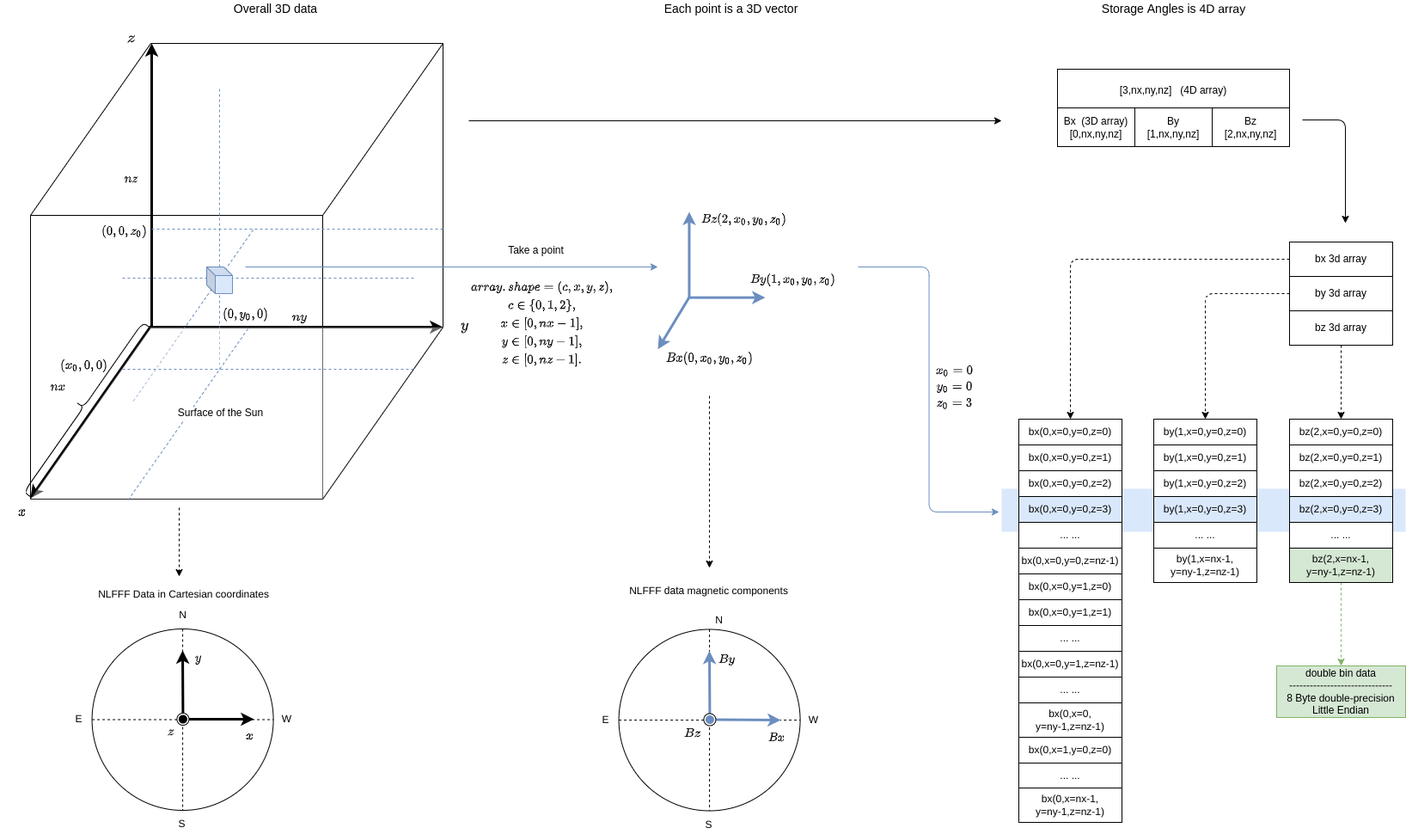
Before: docs/src/zh/docs/img/bout.drawio.png, a diagram exported from draw.io (deepsolar/pynlfff). Source tidied: cells renumbered, new cells last; positions are measured from the earlier drawing's top-left corner, leaving out a move shared by most shapes.
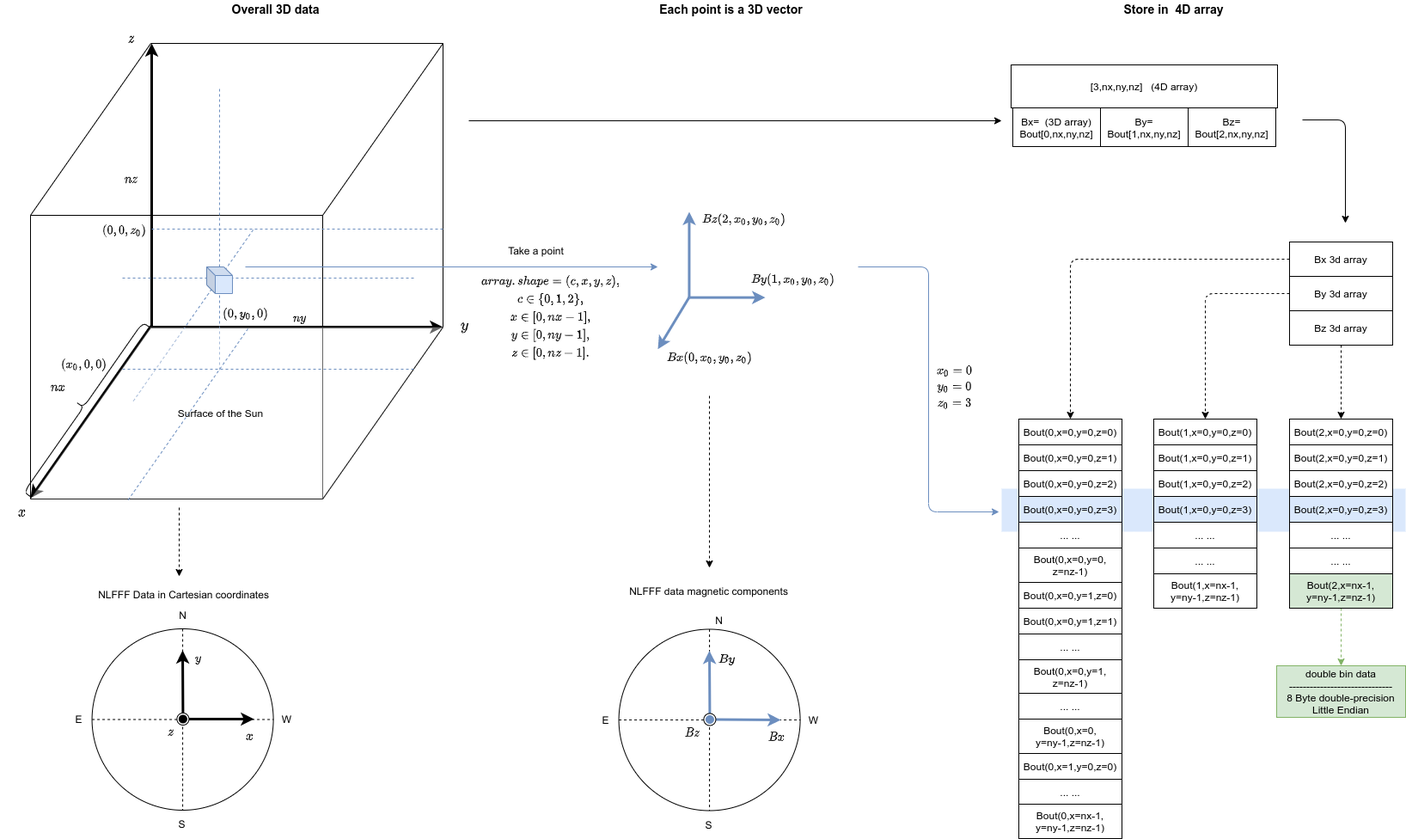
Later version of the same file.

What changed in the source:
```diff
@@ -182,43 +182,43 @@
         <mxPoint x="765" y="405.7" as="targetPoint" />
       </mxGeometry>
     </mxCell>
-    <mxCell id="40" value="&lt;font style=&quot;font-size: 12px&quot;&gt;$$array.shape=(c,x,y,z),\\ c\in \{0,1,2\}, \\ x\in[0,nx-1],\\y\in[0,ny-1],\\z\in[0,nz-1].$$&lt;/font&gt;" style="text;html=1;align=center;verticalAlign=middle;strokeColor=none;fillColor=none;fontSize=12;" parent="1" vertex="1">
-      <mxGeometry x="405" y="366" width="450" height="20" as="geometry" />
+    <mxCell id="40" value="&lt;font style=&quot;font-size: 12px&quot;&gt;$$array.shape=(c,x,y,z),\\&lt;br&gt;&amp;nbsp;c\in \{0,1,2\},\\&lt;br&gt;&amp;nbsp;x\in[0,nx-1],\\&lt;br&gt;y\in[0,ny-1],\\&lt;br&gt;z\in[0,nz-1].$$&lt;/font&gt;" style="text;html=1;align=center;verticalAlign=middle;strokeColor=none;fillColor=none;fontSize=12;" parent="1" vertex="1">
+      <mxGeometry x="559.6" y="324" width="160" height="90" as="geometry" />
     </mxCell>
-    <mxCell id="41" value="&lt;font style=&quot;font-size: 14px&quot;&gt;Overall 3D data&lt;/font&gt;" style="text;html=1;align=center;verticalAlign=middle;strokeColor=none;fillColor=none;fontSize=12;" parent="1" vertex="1">
-      <mxGeometry x="265" width="110" height="20" as="geometry" />
+    <mxCell id="41" value="&lt;font style=&quot;font-size: 14px&quot;&gt;&lt;b&gt;Overall 3D data&lt;/b&gt;&lt;/font&gt;" style="text;html=1;align=center;verticalAlign=middle;strokeColor=none;fillColor=none;fontSize=12;" parent="1" vertex="1">
+      <mxGeometry x="260" width="120" height="20" as="geometry" />
     </mxCell>
-    <mxCell id="42" value="&lt;font style=&quot;font-size: 14px&quot;&gt;Each point is a 3D vector&lt;/font&gt;" style="text;html=1;align=center;verticalAlign=middle;strokeColor=none;fillColor=none;fontSize=12;" parent="1" vertex="1">
-      <mxGeometry x="765" width="170" height="20" as="geometry" />
+    <mxCell id="42" value="&lt;font style=&quot;font-size: 14px&quot;&gt;&lt;b&gt;Each point is a 3D vector&lt;/b&gt;&lt;/font&gt;" style="text;html=1;align=center;verticalAlign=middle;strokeColor=none;fillColor=none;fontSize=12;" parent="1" vertex="1">
+      <mxGeometry x="760" width="180" height="20" as="geometry" />
     </mxCell>
     <mxCell id="43" value="&lt;font style=&quot;font-size: 12px;&quot;&gt;Take a point&lt;/font&gt;" style="text;html=1;align=center;verticalAlign=middle;strokeColor=none;fillColor=none;fontSize=12;" parent="1" vertex="1">
       <mxGeometry x="583" y="281" width="80" height="20" as="geometry" />
     </mxCell>
-    <mxCell id="44" value="bx(0,x=0,y=0,z=1)" style="rounded=0;whiteSpace=wrap;html=1;fontSize=12;" parent="1" vertex="1">
+    <mxCell id="44" value="Bout(0,x=0,y=0,z=1)" style="rounded=0;whiteSpace=wrap;html=1;fontSize=12;" parent="1" vertex="1">
       <mxGeometry x="1185" y="517" width="120" height="30" as="geometry" />
     </mxCell>
-    <mxCell id="45" value="bx(0,x=0,y=0,z=2)" style="rounded=0;whiteSpace=wrap;html=1;fontSize=12;" parent="1" vertex="1">
+    <mxCell id="45" value="Bout(0,x=0,y=0,z=2)" style="rounded=0;whiteSpace=wrap;html=1;fontSize=12;" parent="1" vertex="1">
       <mxGeometry x="1185" y="547" width="120" height="30" as="geometry" />
     </mxCell>
-    <mxCell id="46" value="bx(0,x=0,y=0,z=3)" style="rounded=0;whiteSpace=wrap;html=1;fontSize=12;fillColor=#dae8fc;strokeColor=#000000;" parent="1" vertex="1">
+    <mxCell id="46" value="Bout(0,x=0,y=0,z=3)" style="rounded=0;whiteSpace=wrap;html=1;fontSize=12;fillColor=#dae8fc;strokeColor=#000000;" parent="1" vertex="1">
       <mxGeometry x="1185" y="577" width="120" height="30" as="geometry" />
     </mxCell>
     <mxCell id="47" value="... ..." style="rounded=0;whiteSpace=wrap;html=1;fontSize=12;" parent="1" vertex="1">
       <mxGeometry x="1185" y="607" width="120" height="30" as="geometry" />
     </mxCell>
     <mxCell id="48" value="... ..." style="rounded=0;whiteSpace=wrap;html=1;fontSize=12;" parent="1" vertex="1">
-      <mxGeometry x="1185" y="887" width="120" height="29" as="geometry" />
+      <mxGeometry x="1185" y="906" width="120" height="29" as="geometry" />
     </mxCell>
-    <mxCell id="49" value="bx 3d array" style="rounded=0;whiteSpace=wrap;html=1;fontSize=12;" parent="1" vertex="1">
+    <mxCell id="49" value="Bx 3d array" style="rounded=0;whiteSpace=wrap;html=1;fontSize=12;" parent="1" vertex="1">
       <mxGeometry x="1500" y="281" width="120" height="40" as="geometry" />
     </mxCell>
     <mxCell id="50" style="edgeStyle=none;html=1;fontSize=12;entryX=0.5;entryY=0;entryDx=0;entryDy=0;dashed=1;" parent="1" edge="1" source="52" target="82">
       <mxGeometry relative="1" as="geometry" />
     </mxCell>
-    <mxCell id="51" value="&lt;span style=&quot;font-size: 12px;&quot;&gt;by 3d array&lt;/span&gt;" style="rounded=0;whiteSpace=wrap;html=1;fontSize=12;" parent="1" vertex="1">
+    <mxCell id="51" value="&lt;span style=&quot;font-size: 12px&quot;&gt;By 3d array&lt;/span&gt;" style="rounded=0;whiteSpace=wrap;html=1;fontSize=12;" parent="1" vertex="1">
       <mxGeometry x="1500" y="321" width="120" height="40" as="geometry" />
     </mxCell>
-    <mxCell id="52" value="&lt;span style=&quot;font-size: 12px;&quot;&gt;bz 3d array&lt;/span&gt;" style="rounded=0;whiteSpace=wrap;html=1;fontSize=12;" parent="1" vertex="1">
+    <mxCell id="52" value="&lt;span style=&quot;font-size: 12px&quot;&gt;Bz 3d array&lt;/span&gt;" style="rounded=0;whiteSpace=wrap;html=1;fontSize=12;" parent="1" vertex="1">
       <mxGeometry x="1500" y="361" width="120" height="40" as="geometry" />
     </mxCell>
     <mxCell id="53" value="double bin data&lt;br style=&quot;font-size: 12px;&quot;&gt;------------------------------&lt;br style=&quot;font-size: 12px;&quot;&gt;8 Byte double-precision&lt;br style=&quot;font-size: 12px;&quot;&gt;Little Endian" style="rounded=0;whiteSpace=wrap;html=1;fontSize=12;fillColor=#d5e8d4;strokeColor=#82b366;" parent="1" vertex="1">
@@ -228,16 +228,16 @@
       <mxGeometry relative="1" as="geometry" />
     </mxCell>
     <mxCell id="55" value="&lt;font style=&quot;font-size: 12px;&quot;&gt;[3,nx,ny,nz]&amp;nbsp; &amp;nbsp;(4D array)&lt;/font&gt;" style="rounded=0;whiteSpace=wrap;html=1;fontSize=12;" parent="1" vertex="1">
-      <mxGeometry x="1230" y="80" width="270" height="50" as="geometry" />
+      <mxGeometry x="1176" y="75" width="310" height="50" as="geometry" />
     </mxCell>
-    <mxCell id="56" value="&lt;font style=&quot;font-size: 12px;&quot;&gt;Bx&amp;nbsp; (3D array)&lt;br style=&quot;font-size: 12px;&quot;&gt;[0,nx,ny,nz]&lt;/font&gt;" style="rounded=0;whiteSpace=wrap;html=1;fontSize=12;" parent="1" vertex="1">
-      <mxGeometry x="1230" y="125" width="90" height="45" as="geometry" />
+    <mxCell id="56" value="&lt;font style=&quot;font-size: 12px;&quot;&gt;Bx=&amp;nbsp; (3D array)&lt;br style=&quot;font-size: 12px;&quot;&gt;Bout[0,nx,ny,nz]&lt;/font&gt;" style="rounded=0;whiteSpace=wrap;html=1;fontSize=12;" parent="1" vertex="1">
+      <mxGeometry x="1178" y="125" width="102" height="45" as="geometry" />
     </mxCell>
-    <mxCell id="57" value="&lt;font style=&quot;font-size: 12px;&quot;&gt;By&lt;br style=&quot;font-size: 12px;&quot;&gt;[1,nx,ny,nz]&lt;/font&gt;" style="rounded=0;whiteSpace=wrap;html=1;fontSize=12;" parent="1" vertex="1">
-      <mxGeometry x="1320" y="125" width="90" height="45" as="geometry" />
+    <mxCell id="57" value="&lt;font style=&quot;font-size: 12px;&quot;&gt;By=&lt;br style=&quot;font-size: 12px;&quot;&gt;Bout[1,nx,ny,nz]&lt;/font&gt;" style="rounded=0;whiteSpace=wrap;html=1;fontSize=12;" parent="1" vertex="1">
+      <mxGeometry x="1280" y="125" width="102" height="45" as="geometry" />
     </mxCell>
-    <mxCell id="58" value="&lt;font style=&quot;font-size: 12px;&quot;&gt;Bz&lt;br style=&quot;font-size: 12px;&quot;&gt;[2,nx,ny,nz]&lt;/font&gt;" style="rounded=0;whiteSpace=wrap;html=1;fontSize=12;" parent="1" vertex="1">
-      <mxGeometry x="1410" y="125" width="90" height="45" as="geometry" />
+    <mxCell id="58" value="&lt;font style=&quot;font-size: 12px;&quot;&gt;Bz=&lt;br style=&quot;font-size: 12px;&quot;&gt;Bout[2,nx,ny,nz]&lt;/font&gt;" style="rounded=0;whiteSpace=wrap;html=1;fontSize=12;" parent="1" vertex="1">
+      <mxGeometry x="1382" y="125" width="102" height="45" as="geometry" />
     </mxCell>
     <mxCell id="59" style="endArrow=classic;html=1;labelBackgroundColor=#000000;fontSize=12;" parent="1" edge="1">
       <mxGeometry relative="1" as="geometry">
@@ -245,8 +245,8 @@
         <mxPoint x="1165" y="140" as="targetPoint" />
       </mxGeometry>
     </mxCell>
-    <mxCell id="60" value="&lt;font style=&quot;font-size: 14px&quot;&gt;Storage Angles is 4D array&lt;/font&gt;" style="text;html=1;align=center;verticalAlign=middle;strokeColor=none;fillColor=none;fontSize=12;" parent="1" vertex="1">
-      <mxGeometry x="1275" width="180" height="20" as="geometry" />
+    <mxCell id="60" value="&lt;font style=&quot;font-size: 14px&quot;&gt;&lt;b&gt;Store in&amp;nbsp; 4D array&lt;/b&gt;&lt;/font&gt;" style="text;html=1;align=center;verticalAlign=middle;strokeColor=none;fillColor=none;fontSize=12;" parent="1" vertex="1">
+      <mxGeometry x="1300" width="130" height="20" as="geometry" />
     </mxCell>
     <mxCell id="61" value="Surface of the Sun" style="text;html=1;align=center;verticalAlign=middle;strokeColor=none;labelBackgroundColor=default;fontSize=12;" parent="1" vertex="1">
       <mxGeometry x="201" y="470" width="110" height="20" as="geometry" />
@@ -254,71 +254,71 @@
     <mxCell id="62" style="ellipse;whiteSpace=wrap;html=1;" parent="1" vertex="1">
       <mxGeometry x="106.6" y="731" width="211" height="211" as="geometry" />
     </mxCell>
-    <mxCell id="63" value="bx(0,x=nx-1,&lt;br&gt;y=ny-1,z=nz-1)" style="rounded=0;whiteSpace=wrap;html=1;fontSize=12;" parent="1" vertex="1">
-      <mxGeometry x="1185" y="916" width="120" height="40" as="geometry" />
+    <mxCell id="63" value="Bout(0,x=nx-1,&lt;br&gt;y=ny-1,z=nz-1)" style="rounded=0;whiteSpace=wrap;html=1;fontSize=12;" parent="1" vertex="1">
+      <mxGeometry x="1185" y="935" width="120" height="40" as="geometry" />
     </mxCell>
-    <mxCell id="64" value="bx(0,x=0,y=0,z=0)" style="rounded=0;whiteSpace=wrap;html=1;fontSize=12;" parent="1" vertex="1">
+    <mxCell id="64" value="Bout(0,x=0,y=0,z=0)" style="rounded=0;whiteSpace=wrap;html=1;fontSize=12;" parent="1" vertex="1">
       <mxGeometry x="1185" y="487" width="120" height="30" as="geometry" />
     </mxCell>
-    <mxCell id="65" value="bx(0,x=0,y=0,z=nz-1)" style="rounded=0;whiteSpace=wrap;html=1;fontSize=12;" parent="1" vertex="1">
-      <mxGeometry x="1185" y="637" width="120" height="30" as="geometry" />
+    <mxCell id="65" value="Bout(0,x=0,y=0,&lt;br&gt;z=nz-1)" style="rounded=0;whiteSpace=wrap;html=1;fontSize=12;" parent="1" vertex="1">
+      <mxGeometry x="1185" y="637" width="120" height="40" as="geometry" />
     </mxCell>
-    <mxCell id="66" value="bx(0,x=0,y=1,z=0)" style="rounded=0;whiteSpace=wrap;html=1;fontSize=12;" parent="1" vertex="1">
-      <mxGeometry x="1185" y="667" width="120" height="30" as="geometry" />
+    <mxCell id="66" value="Bout(0,x=0,y=1,z=0)" style="rounded=0;whiteSpace=wrap;html=1;fontSize=12;" parent="1" vertex="1">
+      <mxGeometry x="1185" y="677" width="120" height="30" as="geometry" />
     </mxCell>
-    <mxCell id="67" value="bx(0,x=0,y=1,z=1)" style="rounded=0;whiteSpace=wrap;html=1;fontSize=12;" parent="1" vertex="1">
-      <mxGeometry x="1185" y="697" width="120" height="30" as="geometry" />
+    <mxCell id="67" value="Bout(0,x=0,y=1,z=1)" style="rounded=0;whiteSpace=wrap;html=1;fontSize=12;" parent="1" vertex="1">
+      <mxGeometry x="1185" y="707" width="120" height="30" as="geometry" />
     </mxCell>
     <mxCell id="68" value="... ..." style="rounded=0;whiteSpace=wrap;html=1;fontSize=12;" parent="1" vertex="1">
-      <mxGeometry x="1185" y="727" width="120" height="30" as="geometry" />
+      <mxGeometry x="1185" y="737" width="120" height="30" as="geometry" />
     </mxCell>
-    <mxCell id="69" value="bx(0,x=0,y=1,z=nz-1)" style="rounded=0;whiteSpace=wrap;html=1;fontSize=12;" parent="1" vertex="1">
-      <mxGeometry x="1185" y="757" width="120" height="30" as="geometry" />
+    <mxCell id="69" value="Bout(0,x=0,y=1,&lt;br&gt;z=nz-1)" style="rounded=0;whiteSpace=wrap;html=1;fontSize=12;" parent="1" vertex="1">
+      <mxGeometry x="1185" y="767" width="120" height="40" as="geometry" />
     </mxCell>
     <mxCell id="70" value="... ..." style="rounded=0;whiteSpace=wrap;html=1;fontSize=12;" parent="1" vertex="1">
-      <mxGeometry x="1185" y="787" width="120" height="30" as="geometry" />
+      <mxGeometry x="1185" y="806" width="120" height="30" as="geometry" />
     </mxCell>
-    <mxCell id="71" value="bx(0,x=0,&lt;br&gt;y=ny-1,z=nz-1)" style="rounded=0;whiteSpace=wrap;html=1;fontSize=12;" parent="1" vertex="1">
-      <mxGeometry x="1185" y="817" width="120" height="40" as="geometry" />
+    <mxCell id="71" value="Bout(0,x=0,&lt;br&gt;y=ny-1,z=nz-1)" style="rounded=0;whiteSpace=wrap;html=1;fontSize=12;" parent="1" vertex="1">
+      <mxGeometry x="1185" y="836" width="120" height="40" as="geometry" />
     </mxCell>
-    <mxCell id="72" value="bx(0,x=1,y=0,z=0)" style="rounded=0;whiteSpace=wrap;html=1;fontSize=12;" parent="1" vertex="1">
-      <mxGeometry x="1185" y="857" width="120" height="30" as="geometry" />
+    <mxCell id="72" value="Bout(0,x=1,y=0,z=0)" style="rounded=0;whiteSpace=wrap;html=1;fontSize=12;" parent="1" vertex="1">
+      <mxGeometry x="1185" y="876" width="120" height="30" as="geometry" />
     </mxCell>
-    <mxCell id="73" value="by(1,x=0,y=0,z=1)" style="rounded=0;whiteSpace=wrap;html=1;fontSize=12;" parent="1" vertex="1">
+    <mxCell id="73" value="Bout(1,x=0,y=0,z=1)" style="rounded=0;whiteSpace=wrap;html=1;fontSize=12;" parent="1" vertex="1">
       <mxGeometry x="1342" y="517" width="120" height="30" as="geometry" />
     </mxCell>
-    <mxCell id="74" value="by(1,x=0,y=0,z=2)" style="rounded=0;whiteSpace=wrap;html=1;fontSize=12;" parent="1" vertex="1">
+    <mxCell id="74" value="Bout(1,x=0,y=0,z=2)" style="rounded=0;whiteSpace=wrap;html=1;fontSize=12;" parent="1" vertex="1">
       <mxGeometry x="1342" y="547" width="120" height="30" as="geometry" />
     </mxCell>
-    <mxCell id="75" value="by(1,x=0,y=0,z=3)" style="rounded=0;whiteSpace=wrap;html=1;fontSize=12;fillColor=#dae8fc;strokeColor=#000000;" parent="1" vertex="1">
+    <mxCell id="75" value="Bout(1,x=0,y=0,z=3)" style="rounded=0;whiteSpace=wrap;html=1;fontSize=12;fillColor=#dae8fc;strokeColor=#000000;" parent="1" vertex="1">
       <mxGeometry x="1342" y="577" width="120" height="30" as="geometry" />
     </mxCell>
     <mxCell id="76" value="... ..." style="rounded=0;whiteSpace=wrap;html=1;fontSize=12;" parent="1" vertex="1">
       <mxGeometry x="1342" y="607" width="120" height="30" as="geometry" />
     </mxCell>
-    <mxCell id="77" value="by(1,x=0,y=0,z=0)" style="rounded=0;whiteSpace=wrap;html=1;fontSize=12;" parent="1" vertex="1">
+    <mxCell id="77" value="Bout(1,x=0,y=0,z=0)" style="rounded=0;whiteSpace=wrap;html=1;fontSize=12;" parent="1" vertex="1">
       <mxGeometry x="1342" y="487" width="120" height="30" as="geometry" />
     </mxCell>
-    <mxCell id="78" value="bz(2,x=0,y=0,z=1)" style="rounded=0;whiteSpace=wrap;html=1;fontSize=12;" parent="1" vertex="1">
+    <mxCell id="78" value="Bout(2,x=0,y=0,z=1)" style="rounded=0;whiteSpace=wrap;html=1;fontSize=12;" parent="1" vertex="1">
       <mxGeometry x="1500" y="517" width="120" height="30" as="geometry" />
     </mxCell>
-    <mxCell id="79" value="bz(2,x=0,y=0,z=2)" style="rounded=0;whiteSpace=wrap;html=1;fontSize=12;" parent="1" vertex="1">
+    <mxCell id="79" value="Bout(2,x=0,y=0,z=2)" style="rounded=0;whiteSpace=wrap;html=1;fontSize=12;" parent="1" vertex="1">
       <mxGeometry x="1500" y="547" width="120" height="30" as="geometry" />
     </mxCell>
-    <mxCell id="80" value="bz(2,x=0,y=0,z=3)" style="rounded=0;whiteSpace=wrap;html=1;fontSize=12;fillColor=#dae8fc;strokeColor=#000000;" parent="1" vertex="1">
+    <mxCell id="80" value="Bout(2,x=0,y=0,z=3)" style="rounded=0;whiteSpace=wrap;html=1;fontSize=12;fillColor=#dae8fc;strokeColor=#000000;" parent="1" vertex="1">
       <mxGeometry x="1500" y="577" width="120" height="30" as="geometry" />
     </mxCell>
     <mxCell id="81" value="... ..." style="rounded=0;whiteSpace=wrap;html=1;fontSize=12;" parent="1" vertex="1">
       <mxGeometry x="1500" y="607" width="120" height="30" as="geometry" />
     </mxCell>
-    <mxCell id="82" value="bz(2,x=0,y=0,z=0)" style="rounded=0;whiteSpace=wrap;html=1;fontSize=12;" parent="1" vertex="1">
+    <mxCell id="82" value="Bout(2,x=0,y=0,z=0)" style="rounded=0;whiteSpace=wrap;html=1;fontSize=12;" parent="1" vertex="1">
       <mxGeometry x="1500" y="487" width="120" height="30" as="geometry" />
     </mxCell>
-    <mxCell id="83" value="by(1,x=nx-1,&lt;br&gt;y=ny-1,z=nz-1)" style="rounded=0;whiteSpace=wrap;html=1;fontSize=12;" parent="1" vertex="1">
-      <mxGeometry x="1342" y="637" width="120" height="40" as="geometry" />
+    <mxCell id="83" value="Bout(1,x=nx-1,&lt;br&gt;y=ny-1,z=nz-1)" style="rounded=0;whiteSpace=wrap;html=1;fontSize=12;" parent="1" vertex="1">
+      <mxGeometry x="1342" y="667" width="120" height="40" as="geometry" />
     </mxCell>
-    <mxCell id="84" value="bz(2,x=nx-1,&lt;br&gt;y=ny-1,z=nz-1)" style="rounded=0;whiteSpace=wrap;html=1;fontSize=12;fillColor=#d5e8d4;strokeColor=#000000;" parent="1" vertex="1">
-      <mxGeometry x="1500" y="637" width="120" height="40" as="geometry" />
+    <mxCell id="84" value="Bout(2,x=nx-1,&lt;br&gt;y=ny-1,z=nz-1)" style="rounded=0;whiteSpace=wrap;html=1;fontSize=12;fillColor=#d5e8d4;strokeColor=#000000;" parent="1" vertex="1">
+      <mxGeometry x="1500" y="667" width="120" height="40" as="geometry" />
     </mxCell>
     <mxCell id="85" style="edgeStyle=segmentEdgeStyle;endArrow=classic;html=1;" parent="1" edge="1">
       <mxGeometry relative="1" as="geometry">
@@ -454,5 +454,11 @@
         <mxPoint x="208" y="670" as="targetPoint" />
       </mxGeometry>
     </mxCell>
+    <mxCell id="123" value="... ..." style="rounded=0;whiteSpace=wrap;html=1;fontSize=12;" parent="1" vertex="1">
+      <mxGeometry x="1342" y="637" width="120" height="30" as="geometry" />
+    </mxCell>
+    <mxCell id="124" value="... ..." style="rounded=0;whiteSpace=wrap;html=1;fontSize=12;" parent="1" vertex="1">
+      <mxGeometry x="1500" y="637" width="120" height="30" as="geometry" />
+    </mxCell>
   </root>
 </mxGraphModel>
```
